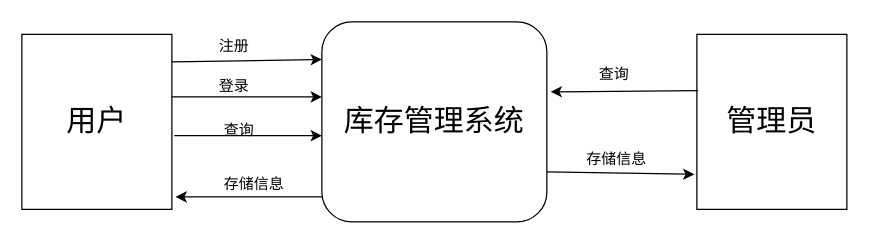
Earlier version of the draw.io diagram 环境图.drawio (fancy5858/hello-world). Source tidied: cells renumbered, new cells numbered last; positions are measured from the earlier drawing's top-left corner, leaving out a move shared by most shapes. Both pictures are drawn from the tidied source at 125%, with x=0, y=0 at pixel (21, 21).
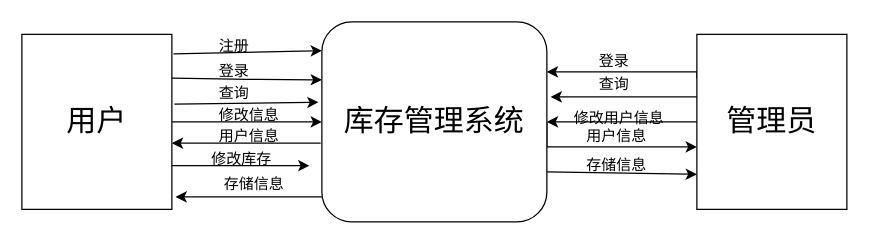
The same diagram, later.

Unchanged cells that the change refers to:
```xml
<mxCell id="2" value="&lt;font style=&quot;font-size: 24px&quot;&gt;用户&lt;/font&gt;" style="rounded=0;whiteSpace=wrap;html=1;" parent="1" vertex="1">
  <mxGeometry y="10" width="120" height="140" as="geometry" />
</mxCell>
<mxCell id="3" value="&lt;font style=&quot;font-size: 24px&quot;&gt;库存管理系统&lt;/font&gt;" style="rounded=1;whiteSpace=wrap;html=1;" parent="1" vertex="1">
  <mxGeometry x="240" width="180" height="160" as="geometry" />
</mxCell>
<mxCell id="4" value="&lt;font style=&quot;font-size: 24px&quot;&gt;管理员&lt;/font&gt;" style="rounded=0;whiteSpace=wrap;html=1;" parent="1" vertex="1">
  <mxGeometry x="540" y="10" width="120" height="140" as="geometry" />
</mxCell>
```

Change to the diagram source:
```diff
@@
+    <mxCell id="17" style="edgeStyle=orthogonalEdgeStyle;rounded=0;jettySize=auto;html=1;exitX=1;exitY=0.75;exitDx=0;exitDy=0;" parent="1" edge="1" source="2">
+      <mxGeometry relative="1" as="geometry">
+        <mxPoint x="230" y="115" as="targetPoint" />
+      </mxGeometry>
+    </mxCell>
+    <mxCell id="18" style="edgeStyle=orthogonalEdgeStyle;rounded=0;jettySize=auto;html=1;exitX=1;exitY=0.5;exitDx=0;exitDy=0;entryX=0;entryY=0.5;entryDx=0;entryDy=0;" parent="1" edge="1" source="2" target="3">
+      <mxGeometry relative="1" as="geometry" />
+    </mxCell>
@@
+    <mxCell id="19" style="edgeStyle=orthogonalEdgeStyle;rounded=0;jettySize=auto;html=1;exitX=1;exitY=0.5;exitDx=0;exitDy=0;" parent="1" edge="1" source="3">
+      <mxGeometry relative="1" as="geometry">
+        <mxPoint x="540" y="100" as="targetPoint" />
+        <Array as="points">
+          <mxPoint x="420" y="100" />
+          <mxPoint x="540" y="100" />
+        </Array>
+      </mxGeometry>
+    </mxCell>
+    <mxCell id="20" style="edgeStyle=orthogonalEdgeStyle;rounded=0;jettySize=auto;html=1;exitX=1;exitY=0.5;exitDx=0;exitDy=0;" parent="1" edge="1" source="3">
+      <mxGeometry relative="1" as="geometry">
+        <mxPoint x="420" y="80" as="targetPoint" />
+      </mxGeometry>
+    </mxCell>
@@
+    <mxCell id="21" style="edgeStyle=orthogonalEdgeStyle;rounded=0;jettySize=auto;html=1;exitX=0;exitY=0.25;exitDx=0;exitDy=0;entryX=1;entryY=0.25;entryDx=0;entryDy=0;" parent="1" edge="1" source="4" target="3">
+      <mxGeometry relative="1" as="geometry">
+        <Array as="points">
+          <mxPoint x="540" y="40" />
+        </Array>
+      </mxGeometry>
+    </mxCell>
+    <mxCell id="22" style="edgeStyle=orthogonalEdgeStyle;rounded=0;jettySize=auto;html=1;exitX=0;exitY=0.5;exitDx=0;exitDy=0;" parent="1" edge="1" source="4">
+      <mxGeometry relative="1" as="geometry">
+        <mxPoint x="420" y="80" as="targetPoint" />
+      </mxGeometry>
+    </mxCell>
@@
-    <mxCell id="5" style="endArrow=classic;html=1;exitX=1;exitY=0.157;exitDx=0;exitDy=0;exitPerimeter=0;entryX=0;entryY=0.188;entryDx=0;entryDy=0;entryPerimeter=0;" parent="1" edge="1" source="2" target="3">
-      <mxGeometry relative="1" as="geometry" />
+    <mxCell id="5" style="endArrow=classic;html=1;exitX=1.011;exitY=0.112;exitDx=0;exitDy=0;exitPerimeter=0;" parent="1" edge="1" source="2">
+      <mxGeometry relative="1" as="geometry">
+        <mxPoint x="240" y="23" as="targetPoint" />
+      </mxGeometry>
     </mxCell>
@@
-    <mxCell id="7" style="endArrow=classic;html=1;exitX=1;exitY=0.357;exitDx=0;exitDy=0;exitPerimeter=0;entryX=0;entryY=0.375;entryDx=0;entryDy=0;entryPerimeter=0;" parent="1" edge="1" source="2" target="3">
-      <mxGeometry relative="1" as="geometry" />
+    <mxCell id="7" style="endArrow=classic;html=1;entryX=0;entryY=0.29;entryDx=0;entryDy=0;entryPerimeter=0;exitX=1;exitY=0.25;exitDx=0;exitDy=0;" parent="1" edge="1" source="2" target="3">
+      <mxGeometry relative="1" as="geometry">
+        <Array as="points">
+          <mxPoint x="180" y="46" />
+        </Array>
+      </mxGeometry>
     </mxCell>
     <mxCell id="8" value="登录" style="text;html=1;align=left;verticalAlign=top;spacingTop=-4;" parent="1" vertex="1">
-      <mxGeometry x="156" y="42" width="40" height="20" as="geometry" />
+      <mxGeometry x="156" y="30" width="40" height="20" as="geometry" />
     </mxCell>
-    <mxCell id="9" style="endArrow=classic;html=1;exitX=1.017;exitY=0.579;exitDx=0;exitDy=0;exitPerimeter=0;" parent="1" edge="1" source="2">
-      <mxGeometry relative="1" as="geometry">
-        <mxPoint x="240" y="91" as="targetPoint" />
-      </mxGeometry>
+    <mxCell id="9" style="endArrow=classic;html=1;exitX=1.017;exitY=0.398;exitDx=0;exitDy=0;entryX=-0.015;entryY=0.402;entryDx=0;entryDy=0;entryPerimeter=0;exitPerimeter=0;" parent="1" edge="1" source="2" target="3">
+      <mxGeometry relative="1" as="geometry" />
     </mxCell>
     <mxCell id="10" value="查询" style="text;html=1;align=left;verticalAlign=top;spacingTop=-4;" parent="1" vertex="1">
-      <mxGeometry x="160" y="77" width="40" height="20" as="geometry" />
+      <mxGeometry x="156" y="47" width="40" height="20" as="geometry" />
     </mxCell>
@@
-    <mxCell id="13" style="endArrow=classic;html=1;entryX=1.017;entryY=0.35;entryDx=0;entryDy=0;entryPerimeter=0;exitX=0.008;exitY=0.321;exitDx=0;exitDy=0;exitPerimeter=0;" parent="1" edge="1" source="4" target="3">
-      <mxGeometry relative="1" as="geometry" />
+    <mxCell id="13" style="endArrow=classic;html=1;entryX=1.017;entryY=0.375;entryDx=0;entryDy=0;entryPerimeter=0;" parent="1" edge="1" target="3">
+      <mxGeometry relative="1" as="geometry">
+        <mxPoint x="540" y="60" as="sourcePoint" />
+      </mxGeometry>
     </mxCell>
     <mxCell id="14" value="查询" style="text;html=1;align=left;verticalAlign=top;spacingTop=-4;" parent="1" vertex="1">
-      <mxGeometry x="460" y="32" width="40" height="20" as="geometry" />
+      <mxGeometry x="460" y="40" width="40" height="20" as="geometry" />
     </mxCell>
-    <mxCell id="15" style="endArrow=classic;html=1;exitX=1;exitY=0.75;exitDx=0;exitDy=0;entryX=-0.017;entryY=0.8;entryDx=0;entryDy=0;entryPerimeter=0;" parent="1" edge="1" source="3" target="4">
-      <mxGeometry relative="1" as="geometry" />
+    <mxCell id="15" style="endArrow=classic;html=1;exitX=1;exitY=0.75;exitDx=0;exitDy=0;" parent="1" edge="1" source="3">
+      <mxGeometry relative="1" as="geometry">
+        <mxPoint x="540" y="122" as="targetPoint" />
+      </mxGeometry>
     </mxCell>
     <mxCell id="16" value="存储信息" style="text;html=1;align=left;verticalAlign=top;spacingTop=-4;" parent="1" vertex="1">
-      <mxGeometry x="450" y="100" width="60" height="20" as="geometry" />
+      <mxGeometry x="450" y="105" width="60" height="20" as="geometry" />
     </mxCell>
+    <mxCell id="23" value="修改库存&lt;br&gt;" style="text;html=1;align=left;verticalAlign=top;spacingTop=-4;" parent="1" vertex="1">
+      <mxGeometry x="150" y="100" width="60" height="20" as="geometry" />
+    </mxCell>
+    <mxCell id="24" value="登录" style="text;html=1;align=left;verticalAlign=top;spacingTop=-4;" parent="1" vertex="1">
+      <mxGeometry x="460" y="22" width="40" height="20" as="geometry" />
+    </mxCell>
+    <mxCell id="25" value="用户信息&lt;br&gt;&lt;br&gt;" style="text;html=1;align=left;verticalAlign=top;spacingTop=-4;" parent="1" vertex="1">
+      <mxGeometry x="450" y="82" width="60" height="30" as="geometry" />
+    </mxCell>
+    <mxCell id="26" value="修改用户信息" style="text;html=1;align=left;verticalAlign=top;spacingTop=-4;" parent="1" vertex="1">
+      <mxGeometry x="440" y="67" width="90" height="20" as="geometry" />
+    </mxCell>
+    <mxCell id="27" style="endArrow=classic;html=1;" parent="1" edge="1">
+      <mxGeometry relative="1" as="geometry">
+        <mxPoint x="239" y="97" as="sourcePoint" />
+        <mxPoint x="120" y="97" as="targetPoint" />
+      </mxGeometry>
+    </mxCell>
+    <mxCell id="28" value="用户信息" style="text;html=1;align=left;verticalAlign=top;spacingTop=-4;" parent="1" vertex="1">
+      <mxGeometry x="156" y="82" width="60" height="20" as="geometry" />
+    </mxCell>
+    <mxCell id="29" value="修改信息" style="text;html=1;align=left;verticalAlign=top;spacingTop=-4;" parent="1" vertex="1">
+      <mxGeometry x="156" y="65" width="60" height="20" as="geometry" />
+    </mxCell>
```
